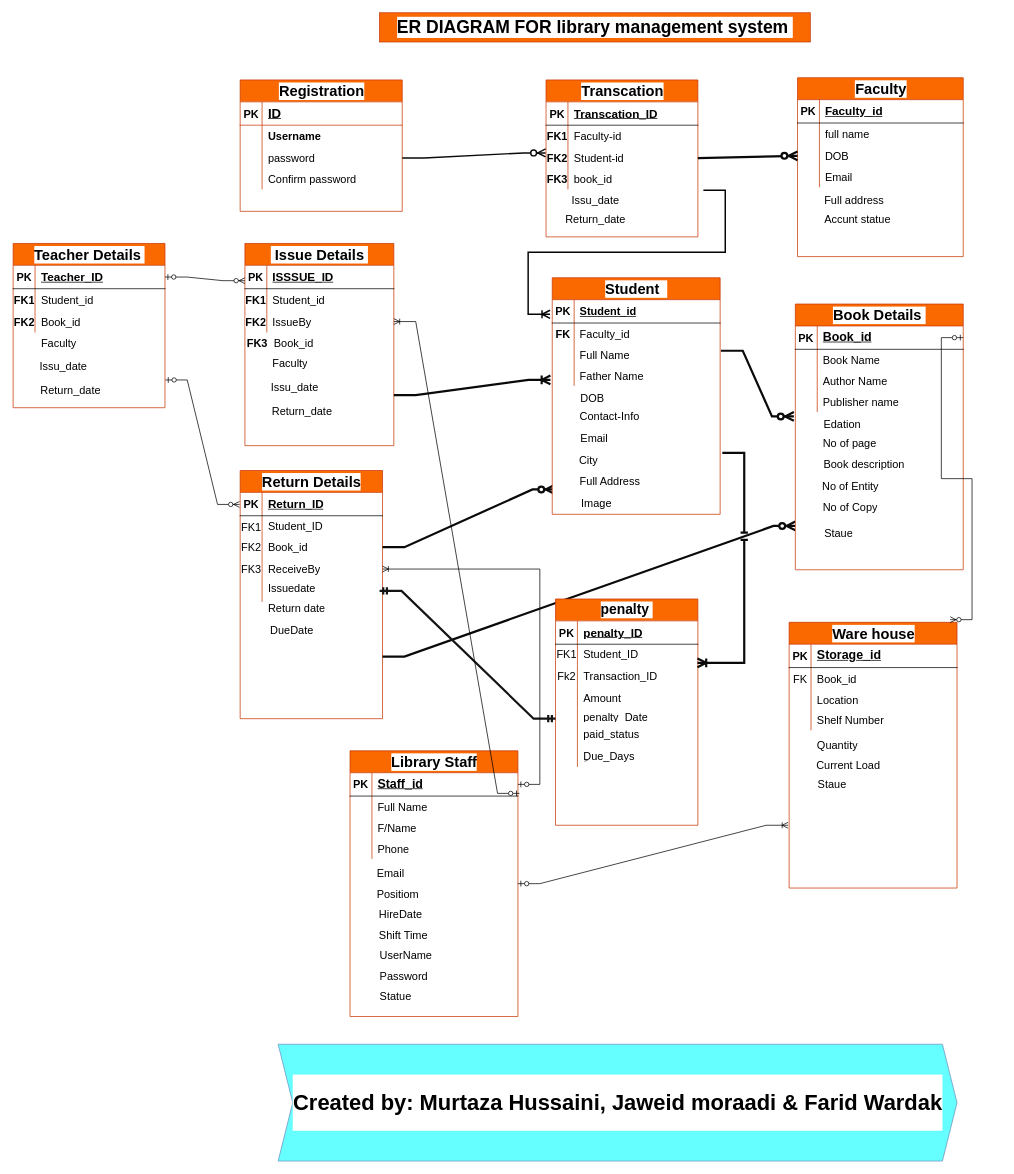
Earlier version of the draw.io diagram ER-Diagram-Library-management-System.drawio (hussaini021/Library_management). Source tidied: cells renumbered, new cells numbered last; positions are measured from the earlier drawing's top-left corner, leaving out a move shared by most shapes. Both pictures are drawn from the tidied source at 73%, with x=0, y=0 at pixel (12, 12).
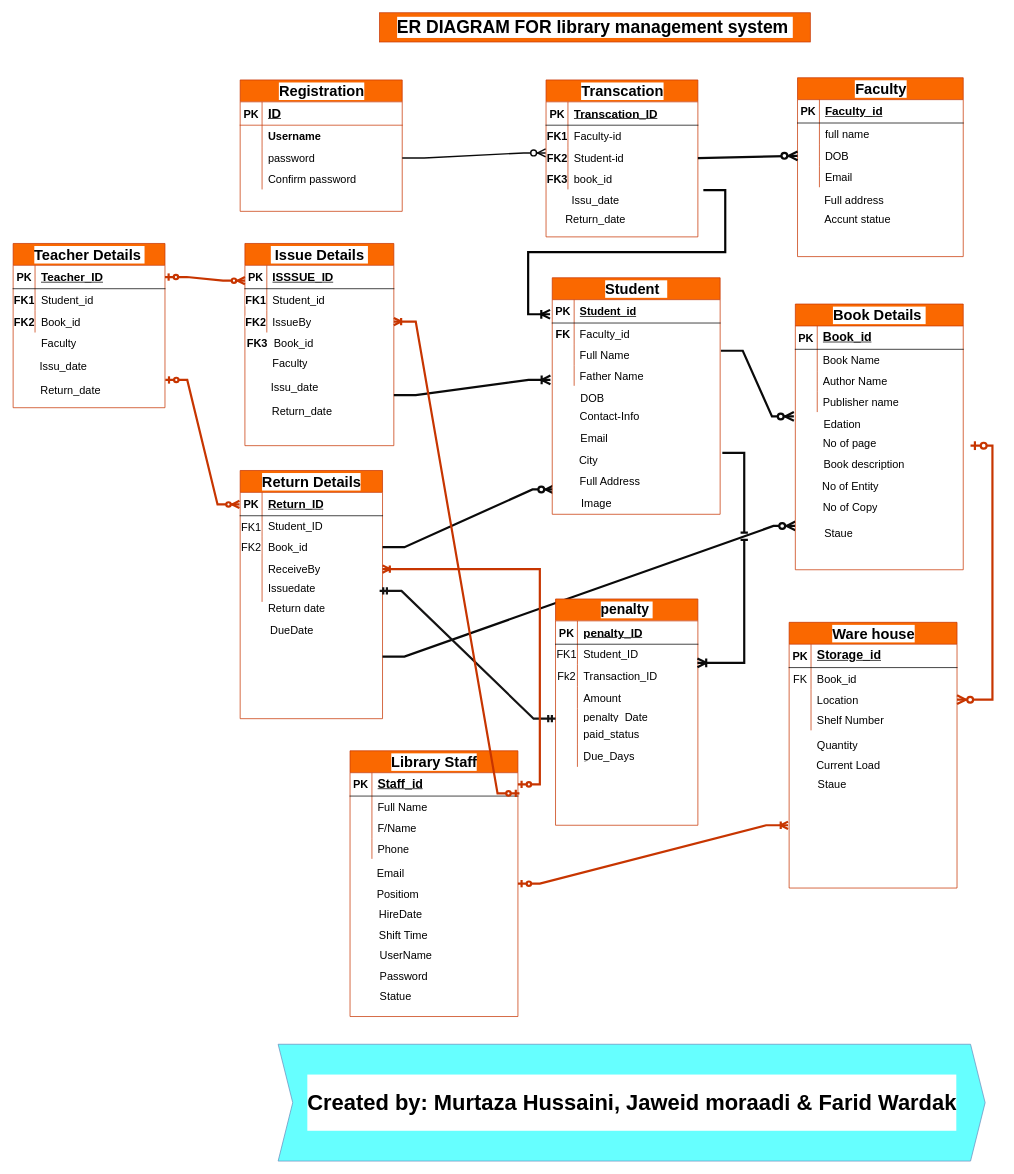
The same page after the edit.

The change refers to these unchanged cells:
```xml
<mxCell id="62" style="shape=tableRow;horizontal=0;startSize=0;swimlaneHead=0;swimlaneBody=0;fillColor=none;points=[[0,0.5],[1,0.5]];portConstraint=eastwest;top=0;left=0;right=0;bottom=0;labelBackgroundColor=#FFFFFF;swimlaneFillColor=default;fontSize=15;" parent="52" vertex="1">
  <mxGeometry y="120" width="195" height="30" as="geometry" />
</mxCell>
<mxCell id="78" style="shape=tableRow;horizontal=0;startSize=0;swimlaneHead=0;swimlaneBody=0;fillColor=none;points=[[0,0.5],[1,0.5]];portConstraint=eastwest;top=0;left=0;right=0;bottom=0;labelBackgroundColor=#FFFFFF;fontSize=15;" parent="71" vertex="1">
  <mxGeometry y="92" width="204" height="30" as="geometry" />
</mxCell>
<mxCell id="106" style="shape=tableRow;horizontal=0;startSize=0;swimlaneHead=0;swimlaneBody=0;fillColor=none;points=[[0,0.5],[1,0.5]];portConstraint=eastwest;top=0;left=0;right=0;bottom=1;labelBackgroundColor=#FFFFFF;fontSize=15;" parent="105" vertex="1">
  <mxGeometry y="30" width="230" height="32" as="geometry" />
</mxCell>
<mxCell id="155" style="shape=tableRow;horizontal=0;startSize=0;swimlaneHead=0;swimlaneBody=0;fillColor=none;points=[[0,0.5],[1,0.5]];portConstraint=eastwest;top=0;left=0;right=0;bottom=1;labelBackgroundColor=#FFFFFF;fontSize=15;" parent="154" vertex="1">
  <mxGeometry y="30" width="208" height="32" as="geometry" />
</mxCell>
<mxCell id="169" value="&lt;font style=&quot;font-size: 20px;&quot;&gt;Ware house&lt;/font&gt;" style="shape=table;startSize=30;childLayout=tableLayout;rowLines=0;fontStyle=1;align=center;html=1;labelBackgroundColor=#FFFFFF;swimlaneFillColor=default;fontSize=15;fillColor=#fa6800;fontColor=#000000;strokeColor=#C73500;" parent="1" vertex="1">
  <mxGeometry x="1063.5" y="835" width="230" height="364" as="geometry" />
</mxCell>
<mxCell id="176" style="shape=tableRow;horizontal=0;startSize=0;swimlaneHead=0;swimlaneBody=0;fillColor=none;points=[[0,0.5],[1,0.5]];portConstraint=eastwest;top=0;left=0;right=0;bottom=0;labelBackgroundColor=#FFFFFF;fontSize=15;" parent="169" vertex="1">
  <mxGeometry y="92" width="230" height="28" as="geometry" />
</mxCell>
<mxCell id="189" value="&lt;font style=&quot;font-size: 20px;&quot;&gt;Library Staff&lt;/font&gt;" style="shape=table;startSize=30;childLayout=tableLayout;rowLines=0;fontStyle=1;align=center;html=1;labelBackgroundColor=#FFFFFF;swimlaneFillColor=default;fontSize=15;fillColor=#fa6800;fontColor=#000000;strokeColor=#C73500;" parent="1" vertex="1">
  <mxGeometry x="462" y="1011" width="230" height="364" as="geometry" />
</mxCell>
<mxCell id="190" style="shape=tableRow;horizontal=0;startSize=0;swimlaneHead=0;swimlaneBody=0;fillColor=none;points=[[0,0.5],[1,0.5]];portConstraint=eastwest;top=0;left=0;right=0;bottom=1;labelBackgroundColor=#FFFFFF;fontSize=15;" parent="189" vertex="1">
  <mxGeometry y="30" width="230" height="32" as="geometry" />
</mxCell>
```

The edit, as a diff of the source:
```diff
@@
-    <mxCell id="63" value="FK3" style="shape=partialRectangle;fillColor=none;top=0;left=0;bottom=0;right=0;overflow=hidden;whiteSpace=wrap;html=1;labelBackgroundColor=#FFFFFF;swimlaneFillColor=default;fontSize=15;" parent="62" vertex="1">
+    <mxCell id="63" style="shape=partialRectangle;fillColor=none;top=0;left=0;bottom=0;right=0;overflow=hidden;whiteSpace=wrap;html=1;labelBackgroundColor=#FFFFFF;swimlaneFillColor=default;fontSize=15;" parent="62" vertex="1">
       <mxGeometry width="30" height="30" as="geometry" />
     </mxCell>
@@
-    <mxCell id="124" style="edgeStyle=entityRelationEdgeStyle;fontSize=12;html=1;endArrow=ERoneToMany;startArrow=none;rounded=0;labelBackgroundColor=light-dark(#171616, #121212);verticalAlign=middle;fontFamily=Verdana;labelBorderColor=default;textShadow=0;startFill=0;endSize=8;startSize=8;targetPerimeterSpacing=2;sourcePerimeterSpacing=2;strokeColor=light-dark(#030303, #babdc0);jumpStyle=line;strokeWidth=2;fillColor=#cdeb8b;" parent="1" edge="1">
+    <mxCell id="124" style="edgeStyle=entityRelationEdgeStyle;fontSize=12;html=1;endArrow=ERoneToMany;startArrow=none;rounded=0;labelBackgroundColor=light-dark(#171616, #121212);verticalAlign=middle;fontFamily=Verdana;labelBorderColor=default;textShadow=0;startFill=0;endSize=8;startSize=8;targetPerimeterSpacing=2;sourcePerimeterSpacing=2;strokeColor=light-dark(#030303, #babdc0);jumpStyle=line;strokeWidth=3;fillColor=#cdeb8b;" parent="1" edge="1">
       <mxGeometry relative="1" as="geometry">
         <mxPoint x="946" y="243" as="sourcePoint" />
         <mxPoint x="736" y="413" as="targetPoint" />
         <Array as="points">
           <mxPoint x="715.5" y="470" />
           <mxPoint x="626" y="313" />
           <mxPoint x="686" y="333" />
         </Array>
       </mxGeometry>
     </mxCell>
@@
     <mxCell id="127" value="&lt;h1&gt;&lt;font&gt;Created by: Murtaza Hussaini, Jaweid moraadi &amp;amp; Farid Wardak&lt;/font&gt;&lt;/h1&gt;" style="shape=step;perimeter=stepPerimeter;whiteSpace=wrap;html=1;fixedSize=1;fillColor=#66FFFF;strokeColor=#6c8ebf;fillStyle=solid;labelBackgroundColor=#FFFFFF;fontSize=15;" parent="1" vertex="1">
-      <mxGeometry x="363.5" y="1413" width="930" height="160" as="geometry" />
+      <mxGeometry x="363.5" y="1413" width="968.5" height="160" as="geometry" />
     </mxCell>
@@
-    <mxCell id="167" style="edgeStyle=entityRelationEdgeStyle;fontSize=12;html=1;endArrow=ERzeroToMany;startArrow=ERzeroToOne;rounded=0;" parent="1" edge="1" source="155">
+    <mxCell id="167" style="edgeStyle=entityRelationEdgeStyle;fontSize=12;html=1;endArrow=ERzeroToMany;startArrow=ERzeroToOne;rounded=0;strokeWidth=3;fillColor=#fa6800;strokeColor=#C73500;" parent="1" edge="1" source="155">
       <mxGeometry relative="1" as="geometry">
         <mxPoint x="318" y="367" as="targetPoint" />
       </mxGeometry>
     </mxCell>
-    <mxCell id="168" style="edgeStyle=entityRelationEdgeStyle;fontSize=12;html=1;endArrow=ERzeroToMany;startArrow=ERzeroToOne;rounded=0;" parent="1" edge="1">
+    <mxCell id="168" style="edgeStyle=entityRelationEdgeStyle;fontSize=12;html=1;endArrow=ERzeroToMany;startArrow=ERzeroToOne;rounded=0;strokeWidth=3;fillColor=#fa6800;strokeColor=#C73500;" parent="1" edge="1">
       <mxGeometry relative="1" as="geometry">
         <mxPoint x="209" y="503" as="sourcePoint" />
         <mxPoint x="310.5" y="673.5" as="targetPoint" />
       </mxGeometry>
     </mxCell>
@@
-    <mxCell id="185" style="edgeStyle=entityRelationEdgeStyle;fontSize=12;html=1;endArrow=ERzeroToMany;startArrow=ERzeroToOne;rounded=0;exitX=1;exitY=0.5;exitDx=0;exitDy=0;entryX=0.959;entryY=-0.01;entryDx=0;entryDy=0;entryPerimeter=0;" parent="1" edge="1" source="106" target="169">
+    <mxCell id="185" style="edgeStyle=entityRelationEdgeStyle;fontSize=12;html=1;endArrow=ERzeroToMany;startArrow=ERzeroToOne;rounded=0;entryX=1;entryY=0.5;entryDx=0;entryDy=0;endSize=8;startSize=8;fillColor=#fa6800;strokeColor=#C73500;strokeWidth=3;" parent="1" edge="1" target="176">
       <mxGeometry relative="1" as="geometry">
+        <mxPoint x="1312" y="593" as="sourcePoint" />
         <Array as="points">
           <mxPoint x="1362" y="443" />
           <mxPoint x="1392" y="793" />
           <mxPoint x="1372" y="803" />
           <mxPoint x="1332" y="793" />
         </Array>
       </mxGeometry>
     </mxCell>
@@
-    <mxCell id="209" style="edgeStyle=entityRelationEdgeStyle;fontSize=12;html=1;endArrow=ERoneToMany;startArrow=ERzeroToOne;rounded=0;" parent="1" edge="1" source="190" target="62">
+    <mxCell id="209" style="edgeStyle=entityRelationEdgeStyle;fontSize=12;html=1;endArrow=ERoneToMany;startArrow=ERzeroToOne;rounded=0;fillColor=#fa6800;strokeColor=#C73500;strokeWidth=3;" parent="1" edge="1" source="190" target="62">
       <mxGeometry relative="1" as="geometry">
         <Array as="points">
           <mxPoint x="292" y="913" />
         </Array>
       </mxGeometry>
     </mxCell>
-    <mxCell id="210" style="edgeStyle=entityRelationEdgeStyle;fontSize=12;html=1;endArrow=ERoneToMany;startArrow=ERzeroToOne;rounded=0;exitX=1.009;exitY=0.885;exitDx=0;exitDy=0;exitPerimeter=0;entryX=1;entryY=0.5;entryDx=0;entryDy=0;" parent="1" edge="1" source="190" target="78">
+    <mxCell id="210" style="edgeStyle=entityRelationEdgeStyle;fontSize=12;html=1;endArrow=ERoneToMany;startArrow=ERzeroToOne;rounded=0;exitX=1.009;exitY=0.885;exitDx=0;exitDy=0;exitPerimeter=0;entryX=1;entryY=0.5;entryDx=0;entryDy=0;strokeWidth=3;fillColor=#fa6800;strokeColor=#C73500;" parent="1" edge="1" source="190" target="78">
       <mxGeometry relative="1" as="geometry">
         <Array as="points">
           <mxPoint x="472" y="1013" />
           <mxPoint x="552" y="914" />
         </Array>
       </mxGeometry>
     </mxCell>
-    <mxCell id="211" style="edgeStyle=entityRelationEdgeStyle;fontSize=12;html=1;endArrow=ERoneToMany;startArrow=ERzeroToOne;rounded=0;exitX=1;exitY=0.5;exitDx=0;exitDy=0;" parent="1" edge="1" source="189">
+    <mxCell id="211" style="edgeStyle=entityRelationEdgeStyle;fontSize=12;html=1;endArrow=ERoneToMany;startArrow=ERzeroToOne;rounded=0;exitX=1;exitY=0.5;exitDx=0;exitDy=0;strokeWidth=3;fillColor=#fa6800;strokeColor=#C73500;" parent="1" edge="1" source="189">
       <mxGeometry relative="1" as="geometry">
         <mxPoint x="1062" y="1113" as="targetPoint" />
         <Array as="points">
           <mxPoint x="1253" y="1561.5" />
           <mxPoint x="1062" y="1123" />
         </Array>
       </mxGeometry>
     </mxCell>
```
